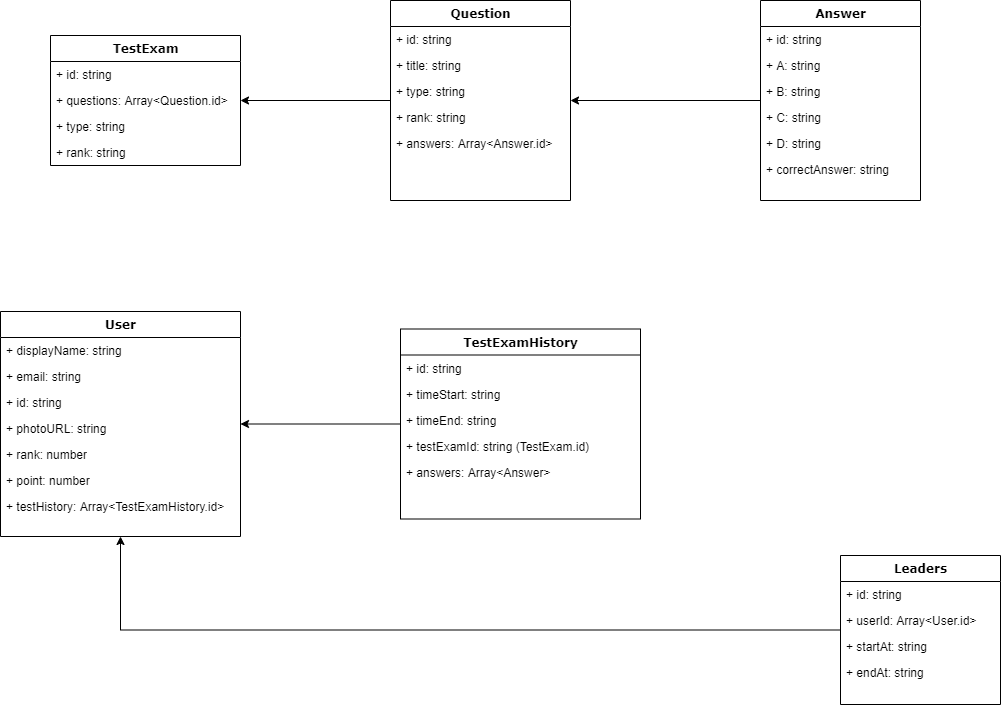
Earlier version of the draw.io export Prototype/Untitled Diagram.png (nguyenbinhanltv/EnQ-server). Source tidied: cells renumbered, new cells last; positions are measured from the earlier drawing's top-left corner, leaving out a move shared by most shapes.
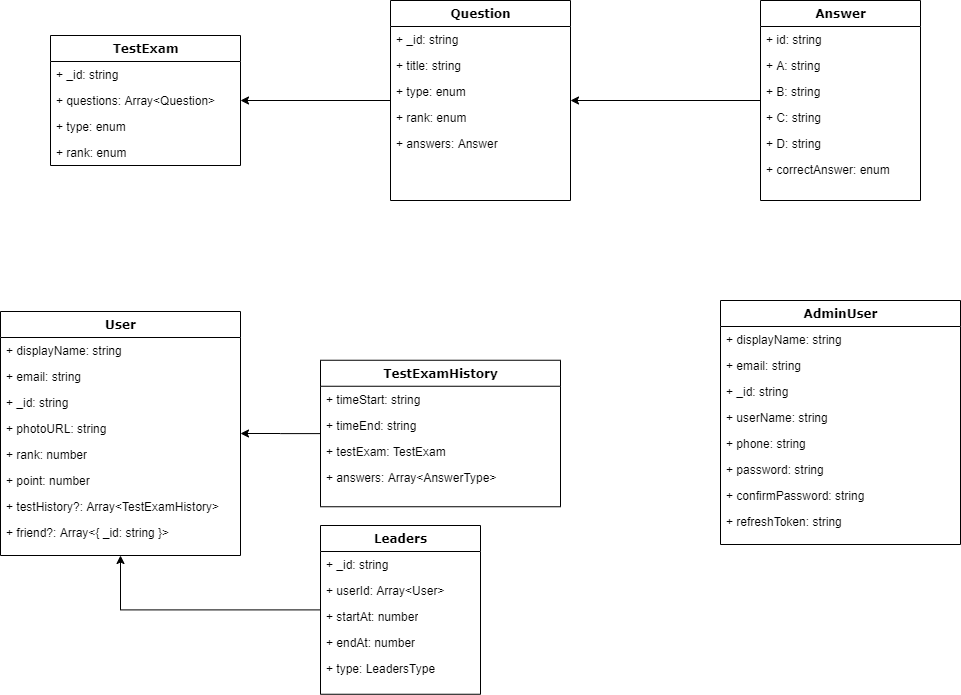
Above is the later version.

What changed in the source:
```diff
@@ -11,34 +11,34 @@
     <mxCell id="4" value="TestExam" style="swimlane;html=1;fontStyle=1;align=center;verticalAlign=top;horizontal=1;startSize=26;swimlaneFillColor=#ffffff;rounded=0;shadow=0;comic=0;labelBackgroundColor=none;strokeWidth=1;fillColor=none;fontFamily=Verdana;fontSize=12;" parent="1" vertex="1">
       <mxGeometry x="50" y="35" width="190" height="130" as="geometry" />
     </mxCell>
-    <mxCell id="5" value="+ id: string" style="text;html=1;strokeColor=none;fillColor=none;align=left;verticalAlign=top;spacingLeft=4;spacingRight=4;whiteSpace=wrap;overflow=hidden;" parent="4" vertex="1">
+    <mxCell id="5" value="+ _id: string" style="text;html=1;strokeColor=none;fillColor=none;align=left;verticalAlign=top;spacingLeft=4;spacingRight=4;whiteSpace=wrap;overflow=hidden;" parent="4" vertex="1">
       <mxGeometry y="26" width="190" height="26" as="geometry" />
     </mxCell>
-    <mxCell id="6" value="+ questions: Array&amp;lt;Question.id&amp;gt;" style="text;html=1;strokeColor=none;fillColor=none;align=left;verticalAlign=top;spacingLeft=4;spacingRight=4;whiteSpace=wrap;overflow=hidden;" parent="4" vertex="1">
+    <mxCell id="6" value="+ questions: Array&amp;lt;Question&amp;gt;" style="text;html=1;strokeColor=none;fillColor=none;align=left;verticalAlign=top;spacingLeft=4;spacingRight=4;whiteSpace=wrap;overflow=hidden;" parent="4" vertex="1">
       <mxGeometry y="52" width="190" height="26" as="geometry" />
     </mxCell>
-    <mxCell id="7" value="+ type: string" style="text;html=1;strokeColor=none;fillColor=none;align=left;verticalAlign=top;spacingLeft=4;spacingRight=4;whiteSpace=wrap;overflow=hidden;" parent="4" vertex="1">
+    <mxCell id="7" value="+ type: enum" style="text;html=1;strokeColor=none;fillColor=none;align=left;verticalAlign=top;spacingLeft=4;spacingRight=4;whiteSpace=wrap;overflow=hidden;" parent="4" vertex="1">
       <mxGeometry y="78" width="190" height="26" as="geometry" />
     </mxCell>
-    <mxCell id="8" value="+ rank: string" style="text;html=1;strokeColor=none;fillColor=none;align=left;verticalAlign=top;spacingLeft=4;spacingRight=4;whiteSpace=wrap;overflow=hidden;" parent="4" vertex="1">
+    <mxCell id="8" value="+ rank: enum" style="text;html=1;strokeColor=none;fillColor=none;align=left;verticalAlign=top;spacingLeft=4;spacingRight=4;whiteSpace=wrap;overflow=hidden;" parent="4" vertex="1">
       <mxGeometry y="104" width="190" height="26" as="geometry" />
     </mxCell>
     <mxCell id="9" value="Question" style="swimlane;html=1;fontStyle=1;align=center;verticalAlign=top;horizontal=1;startSize=26;swimlaneFillColor=#ffffff;rounded=0;shadow=0;comic=0;labelBackgroundColor=none;strokeWidth=1;fillColor=none;fontFamily=Verdana;fontSize=12;" parent="1" vertex="1">
       <mxGeometry x="390" width="180" height="200" as="geometry" />
     </mxCell>
-    <mxCell id="10" value="+ id: string" style="text;html=1;strokeColor=none;fillColor=none;align=left;verticalAlign=top;spacingLeft=4;spacingRight=4;whiteSpace=wrap;overflow=hidden;" parent="9" vertex="1">
+    <mxCell id="10" value="+ _id: string" style="text;html=1;strokeColor=none;fillColor=none;align=left;verticalAlign=top;spacingLeft=4;spacingRight=4;whiteSpace=wrap;overflow=hidden;" parent="9" vertex="1">
       <mxGeometry y="26" width="180" height="26" as="geometry" />
     </mxCell>
     <mxCell id="11" value="+ title: string" style="text;html=1;strokeColor=none;fillColor=none;align=left;verticalAlign=top;spacingLeft=4;spacingRight=4;whiteSpace=wrap;overflow=hidden;" parent="9" vertex="1">
       <mxGeometry y="52" width="180" height="26" as="geometry" />
     </mxCell>
-    <mxCell id="12" value="+ type: string" style="text;html=1;strokeColor=none;fillColor=none;align=left;verticalAlign=top;spacingLeft=4;spacingRight=4;whiteSpace=wrap;overflow=hidden;" parent="9" vertex="1">
+    <mxCell id="12" value="+ type: enum" style="text;html=1;strokeColor=none;fillColor=none;align=left;verticalAlign=top;spacingLeft=4;spacingRight=4;whiteSpace=wrap;overflow=hidden;" parent="9" vertex="1">
       <mxGeometry y="78" width="180" height="26" as="geometry" />
     </mxCell>
-    <mxCell id="13" value="+ rank: string" style="text;html=1;strokeColor=none;fillColor=none;align=left;verticalAlign=top;spacingLeft=4;spacingRight=4;whiteSpace=wrap;overflow=hidden;" parent="9" vertex="1">
+    <mxCell id="13" value="+ rank: enum" style="text;html=1;strokeColor=none;fillColor=none;align=left;verticalAlign=top;spacingLeft=4;spacingRight=4;whiteSpace=wrap;overflow=hidden;" parent="9" vertex="1">
       <mxGeometry y="104" width="180" height="26" as="geometry" />
     </mxCell>
-    <mxCell id="14" value="+ answers: Array&amp;lt;Answer.id&amp;gt;" style="text;html=1;strokeColor=none;fillColor=none;align=left;verticalAlign=top;spacingLeft=4;spacingRight=4;whiteSpace=wrap;overflow=hidden;" parent="9" vertex="1">
+    <mxCell id="14" value="+ answers: Answer" style="text;html=1;strokeColor=none;fillColor=none;align=left;verticalAlign=top;spacingLeft=4;spacingRight=4;whiteSpace=wrap;overflow=hidden;" parent="9" vertex="1">
       <mxGeometry y="130" width="180" height="26" as="geometry" />
     </mxCell>
     <mxCell id="15" value="Answer" style="swimlane;html=1;fontStyle=1;align=center;verticalAlign=top;horizontal=1;startSize=26;swimlaneFillColor=#ffffff;rounded=0;shadow=0;comic=0;labelBackgroundColor=none;strokeWidth=1;fillColor=none;fontFamily=Verdana;fontSize=12;" parent="1" vertex="1">
@@ -59,11 +59,11 @@
     <mxCell id="20" value="+ D: string" style="text;html=1;strokeColor=none;fillColor=none;align=left;verticalAlign=top;spacingLeft=4;spacingRight=4;whiteSpace=wrap;overflow=hidden;" parent="15" vertex="1">
       <mxGeometry y="130" width="160" height="26" as="geometry" />
     </mxCell>
-    <mxCell id="21" value="+ correctAnswer: string" style="text;html=1;strokeColor=none;fillColor=none;align=left;verticalAlign=top;spacingLeft=4;spacingRight=4;whiteSpace=wrap;overflow=hidden;" parent="15" vertex="1">
+    <mxCell id="21" value="+ correctAnswer: enum" style="text;html=1;strokeColor=none;fillColor=none;align=left;verticalAlign=top;spacingLeft=4;spacingRight=4;whiteSpace=wrap;overflow=hidden;" parent="15" vertex="1">
       <mxGeometry y="156" width="160" height="26" as="geometry" />
     </mxCell>
     <mxCell id="22" value="User" style="swimlane;html=1;fontStyle=1;align=center;verticalAlign=top;horizontal=1;startSize=26;swimlaneFillColor=#ffffff;rounded=0;shadow=0;comic=0;labelBackgroundColor=none;strokeWidth=1;fillColor=none;fontFamily=Verdana;fontSize=12;" parent="1" vertex="1">
-      <mxGeometry y="311" width="240" height="225" as="geometry" />
+      <mxGeometry y="311" width="240" height="244" as="geometry" />
     </mxCell>
     <mxCell id="23" value="+ displayName: string" style="text;html=1;strokeColor=none;fillColor=none;align=left;verticalAlign=top;spacingLeft=4;spacingRight=4;whiteSpace=wrap;overflow=hidden;" parent="22" vertex="1">
       <mxGeometry y="26" width="240" height="26" as="geometry" />
@@ -71,7 +71,7 @@
     <mxCell id="24" value="+ email: string" style="text;html=1;strokeColor=none;fillColor=none;align=left;verticalAlign=top;spacingLeft=4;spacingRight=4;whiteSpace=wrap;overflow=hidden;" parent="22" vertex="1">
       <mxGeometry y="52" width="240" height="26" as="geometry" />
     </mxCell>
-    <mxCell id="25" value="+ id: string" style="text;html=1;strokeColor=none;fillColor=none;align=left;verticalAlign=top;spacingLeft=4;spacingRight=4;whiteSpace=wrap;overflow=hidden;" parent="22" vertex="1">
+    <mxCell id="25" value="+ _id: string" style="text;html=1;strokeColor=none;fillColor=none;align=left;verticalAlign=top;spacingLeft=4;spacingRight=4;whiteSpace=wrap;overflow=hidden;" parent="22" vertex="1">
       <mxGeometry y="78" width="240" height="26" as="geometry" />
     </mxCell>
     <mxCell id="26" value="+ photoURL: string" style="text;html=1;strokeColor=none;fillColor=none;align=left;verticalAlign=top;spacingLeft=4;spacingRight=4;whiteSpace=wrap;overflow=hidden;" parent="22" vertex="1">
@@ -83,47 +83,77 @@
     <mxCell id="28" value="+ point: number" style="text;html=1;strokeColor=none;fillColor=none;align=left;verticalAlign=top;spacingLeft=4;spacingRight=4;whiteSpace=wrap;overflow=hidden;" parent="22" vertex="1">
       <mxGeometry y="156" width="240" height="26" as="geometry" />
     </mxCell>
-    <mxCell id="29" value="+ testHistory: Array&amp;lt;TestExamHistory.id&amp;gt;" style="text;html=1;strokeColor=none;fillColor=none;align=left;verticalAlign=top;spacingLeft=4;spacingRight=4;whiteSpace=wrap;overflow=hidden;" parent="22" vertex="1">
+    <mxCell id="29" value="+ testHistory?: Array&amp;lt;TestExamHistory&amp;gt;" style="text;html=1;strokeColor=none;fillColor=none;align=left;verticalAlign=top;spacingLeft=4;spacingRight=4;whiteSpace=wrap;overflow=hidden;" parent="22" vertex="1">
       <mxGeometry y="182" width="240" height="26" as="geometry" />
     </mxCell>
+    <mxCell id="43" value="+ friend?: Array&amp;lt;{ _id: string }&amp;gt;" style="text;html=1;strokeColor=none;fillColor=none;align=left;verticalAlign=top;spacingLeft=4;spacingRight=4;whiteSpace=wrap;overflow=hidden;" parent="22" vertex="1">
+      <mxGeometry y="208" width="240" height="26" as="geometry" />
+    </mxCell>
     <mxCell id="30" style="edgeStyle=orthogonalEdgeStyle;rounded=0;jettySize=auto;html=1;" parent="1" edge="1" source="31" target="22">
       <mxGeometry relative="1" as="geometry" />
     </mxCell>
+    <mxCell id="37" style="edgeStyle=orthogonalEdgeStyle;rounded=0;jettySize=auto;html=1;entryX=0.5;entryY=1;entryDx=0;entryDy=0;" parent="1" edge="1" source="38" target="22">
+      <mxGeometry relative="1" as="geometry" />
+    </mxCell>
     <mxCell id="31" value="TestExamHistory" style="swimlane;html=1;fontStyle=1;align=center;verticalAlign=top;horizontal=1;startSize=26;swimlaneFillColor=#ffffff;rounded=0;shadow=0;comic=0;labelBackgroundColor=none;strokeWidth=1;fillColor=none;fontFamily=Verdana;fontSize=12;" parent="1" vertex="1">
-      <mxGeometry x="400" y="328.5" width="240" height="190" as="geometry" />
+      <mxGeometry x="320" y="359.8" width="240" height="146.5" as="geometry" />
     </mxCell>
-    <mxCell id="32" value="+ id: string&lt;br&gt;" style="text;html=1;strokeColor=none;fillColor=none;align=left;verticalAlign=top;spacingLeft=4;spacingRight=4;whiteSpace=wrap;overflow=hidden;" parent="31" vertex="1">
-      <mxGeometry y="26" width="240" height="26" as="geometry" />
-    </mxCell>
     <mxCell id="33" value="+ timeStart: string" style="text;html=1;strokeColor=none;fillColor=none;align=left;verticalAlign=top;spacingLeft=4;spacingRight=4;whiteSpace=wrap;overflow=hidden;" parent="31" vertex="1">
-      <mxGeometry y="52" width="240" height="26" as="geometry" />
+      <mxGeometry y="26" width="240" height="26" as="geometry" />
     </mxCell>
     <mxCell id="34" value="+ timeEnd: string" style="text;html=1;strokeColor=none;fillColor=none;align=left;verticalAlign=top;spacingLeft=4;spacingRight=4;whiteSpace=wrap;overflow=hidden;" parent="31" vertex="1">
-      <mxGeometry y="78" width="240" height="26" as="geometry" />
+      <mxGeometry y="52" width="240" height="26" as="geometry" />
     </mxCell>
-    <mxCell id="35" value="+ testExamId: string (TestExam.id)" style="text;html=1;strokeColor=none;fillColor=none;align=left;verticalAlign=top;spacingLeft=4;spacingRight=4;whiteSpace=wrap;overflow=hidden;" parent="31" vertex="1">
-      <mxGeometry y="104" width="240" height="26" as="geometry" />
+    <mxCell id="35" value="+ testExam: TestExam" style="text;html=1;strokeColor=none;fillColor=none;align=left;verticalAlign=top;spacingLeft=4;spacingRight=4;whiteSpace=wrap;overflow=hidden;" parent="31" vertex="1">
+      <mxGeometry y="78" width="240" height="26" as="geometry" />
     </mxCell>
-    <mxCell id="36" value="+ answers: Array&amp;lt;Answer&amp;gt;" style="text;html=1;strokeColor=none;fillColor=none;align=left;verticalAlign=top;spacingLeft=4;spacingRight=4;whiteSpace=wrap;overflow=hidden;" parent="31" vertex="1">
-      <mxGeometry y="130" width="240" height="26" as="geometry" />
+    <mxCell id="36" value="+ answers: Array&amp;lt;AnswerType&amp;gt;" style="text;html=1;strokeColor=none;fillColor=none;align=left;verticalAlign=top;spacingLeft=4;spacingRight=4;whiteSpace=wrap;overflow=hidden;" parent="31" vertex="1">
+      <mxGeometry y="104" width="240" height="26" as="geometry" />
     </mxCell>
-    <mxCell id="37" style="edgeStyle=orthogonalEdgeStyle;rounded=0;jettySize=auto;html=1;" parent="1" edge="1" source="38" target="22">
-      <mxGeometry relative="1" as="geometry" />
-    </mxCell>
     <mxCell id="38" value="Leaders" style="swimlane;html=1;fontStyle=1;align=center;verticalAlign=top;horizontal=1;startSize=26;swimlaneFillColor=#ffffff;rounded=0;shadow=0;comic=0;labelBackgroundColor=none;strokeWidth=1;fillColor=none;fontFamily=Verdana;fontSize=12;" parent="1" vertex="1">
-      <mxGeometry x="840" y="555" width="160" height="149" as="geometry" />
+      <mxGeometry x="320" y="525" width="160" height="168.8" as="geometry" />
     </mxCell>
-    <mxCell id="39" value="+ id: string" style="text;html=1;strokeColor=none;fillColor=none;align=left;verticalAlign=top;spacingLeft=4;spacingRight=4;whiteSpace=wrap;overflow=hidden;" parent="38" vertex="1">
+    <mxCell id="39" value="+ _id: string" style="text;html=1;strokeColor=none;fillColor=none;align=left;verticalAlign=top;spacingLeft=4;spacingRight=4;whiteSpace=wrap;overflow=hidden;" parent="38" vertex="1">
       <mxGeometry y="26" width="160" height="26" as="geometry" />
     </mxCell>
-    <mxCell id="40" value="+ userId: Array&amp;lt;User.id&amp;gt;" style="text;html=1;strokeColor=none;fillColor=none;align=left;verticalAlign=top;spacingLeft=4;spacingRight=4;whiteSpace=wrap;overflow=hidden;" parent="38" vertex="1">
+    <mxCell id="40" value="+ userId: Array&amp;lt;User&amp;gt;" style="text;html=1;strokeColor=none;fillColor=none;align=left;verticalAlign=top;spacingLeft=4;spacingRight=4;whiteSpace=wrap;overflow=hidden;" parent="38" vertex="1">
       <mxGeometry y="52" width="160" height="26" as="geometry" />
     </mxCell>
-    <mxCell id="41" value="+ startAt: string" style="text;html=1;strokeColor=none;fillColor=none;align=left;verticalAlign=top;spacingLeft=4;spacingRight=4;whiteSpace=wrap;overflow=hidden;" parent="38" vertex="1">
+    <mxCell id="41" value="+ startAt: number" style="text;html=1;strokeColor=none;fillColor=none;align=left;verticalAlign=top;spacingLeft=4;spacingRight=4;whiteSpace=wrap;overflow=hidden;" parent="38" vertex="1">
       <mxGeometry y="78" width="160" height="26" as="geometry" />
     </mxCell>
-    <mxCell id="42" value="+ endAt: string" style="text;html=1;strokeColor=none;fillColor=none;align=left;verticalAlign=top;spacingLeft=4;spacingRight=4;whiteSpace=wrap;overflow=hidden;" parent="38" vertex="1">
+    <mxCell id="42" value="+ endAt: number" style="text;html=1;strokeColor=none;fillColor=none;align=left;verticalAlign=top;spacingLeft=4;spacingRight=4;whiteSpace=wrap;overflow=hidden;" parent="38" vertex="1">
       <mxGeometry y="104" width="160" height="26" as="geometry" />
     </mxCell>
+    <mxCell id="44" value="+ type: LeadersType" style="text;html=1;strokeColor=none;fillColor=none;align=left;verticalAlign=top;spacingLeft=4;spacingRight=4;whiteSpace=wrap;overflow=hidden;" parent="38" vertex="1">
+      <mxGeometry y="130" width="160" height="26" as="geometry" />
+    </mxCell>
+    <mxCell id="45" value="AdminUser" style="swimlane;html=1;fontStyle=1;align=center;verticalAlign=top;horizontal=1;startSize=26;swimlaneFillColor=#ffffff;rounded=0;shadow=0;comic=0;labelBackgroundColor=none;strokeWidth=1;fillColor=none;fontFamily=Verdana;fontSize=12;" parent="1" vertex="1">
+      <mxGeometry x="720" y="300" width="240" height="244" as="geometry" />
+    </mxCell>
+    <mxCell id="46" value="+ displayName: string" style="text;html=1;strokeColor=none;fillColor=none;align=left;verticalAlign=top;spacingLeft=4;spacingRight=4;whiteSpace=wrap;overflow=hidden;" parent="45" vertex="1">
+      <mxGeometry y="26" width="240" height="26" as="geometry" />
+    </mxCell>
+    <mxCell id="47" value="+ email: string" style="text;html=1;strokeColor=none;fillColor=none;align=left;verticalAlign=top;spacingLeft=4;spacingRight=4;whiteSpace=wrap;overflow=hidden;" parent="45" vertex="1">
+      <mxGeometry y="52" width="240" height="26" as="geometry" />
+    </mxCell>
+    <mxCell id="48" value="+ _id: string" style="text;html=1;strokeColor=none;fillColor=none;align=left;verticalAlign=top;spacingLeft=4;spacingRight=4;whiteSpace=wrap;overflow=hidden;" parent="45" vertex="1">
+      <mxGeometry y="78" width="240" height="26" as="geometry" />
+    </mxCell>
+    <mxCell id="49" value="+ userName: string" style="text;html=1;strokeColor=none;fillColor=none;align=left;verticalAlign=top;spacingLeft=4;spacingRight=4;whiteSpace=wrap;overflow=hidden;" parent="45" vertex="1">
+      <mxGeometry y="104" width="240" height="26" as="geometry" />
+    </mxCell>
+    <mxCell id="50" value="+ phone: string" style="text;html=1;strokeColor=none;fillColor=none;align=left;verticalAlign=top;spacingLeft=4;spacingRight=4;whiteSpace=wrap;overflow=hidden;" parent="45" vertex="1">
+      <mxGeometry y="130" width="240" height="26" as="geometry" />
+    </mxCell>
+    <mxCell id="51" value="+ password: string" style="text;html=1;strokeColor=none;fillColor=none;align=left;verticalAlign=top;spacingLeft=4;spacingRight=4;whiteSpace=wrap;overflow=hidden;" parent="45" vertex="1">
+      <mxGeometry y="156" width="240" height="26" as="geometry" />
+    </mxCell>
+    <mxCell id="52" value="+ confirmPassword: string" style="text;html=1;strokeColor=none;fillColor=none;align=left;verticalAlign=top;spacingLeft=4;spacingRight=4;whiteSpace=wrap;overflow=hidden;" parent="45" vertex="1">
+      <mxGeometry y="182" width="240" height="26" as="geometry" />
+    </mxCell>
+    <mxCell id="53" value="+ refreshToken: string" style="text;html=1;strokeColor=none;fillColor=none;align=left;verticalAlign=top;spacingLeft=4;spacingRight=4;whiteSpace=wrap;overflow=hidden;" parent="45" vertex="1">
+      <mxGeometry y="208" width="240" height="26" as="geometry" />
+    </mxCell>
   </root>
 </mxGraphModel>
```
